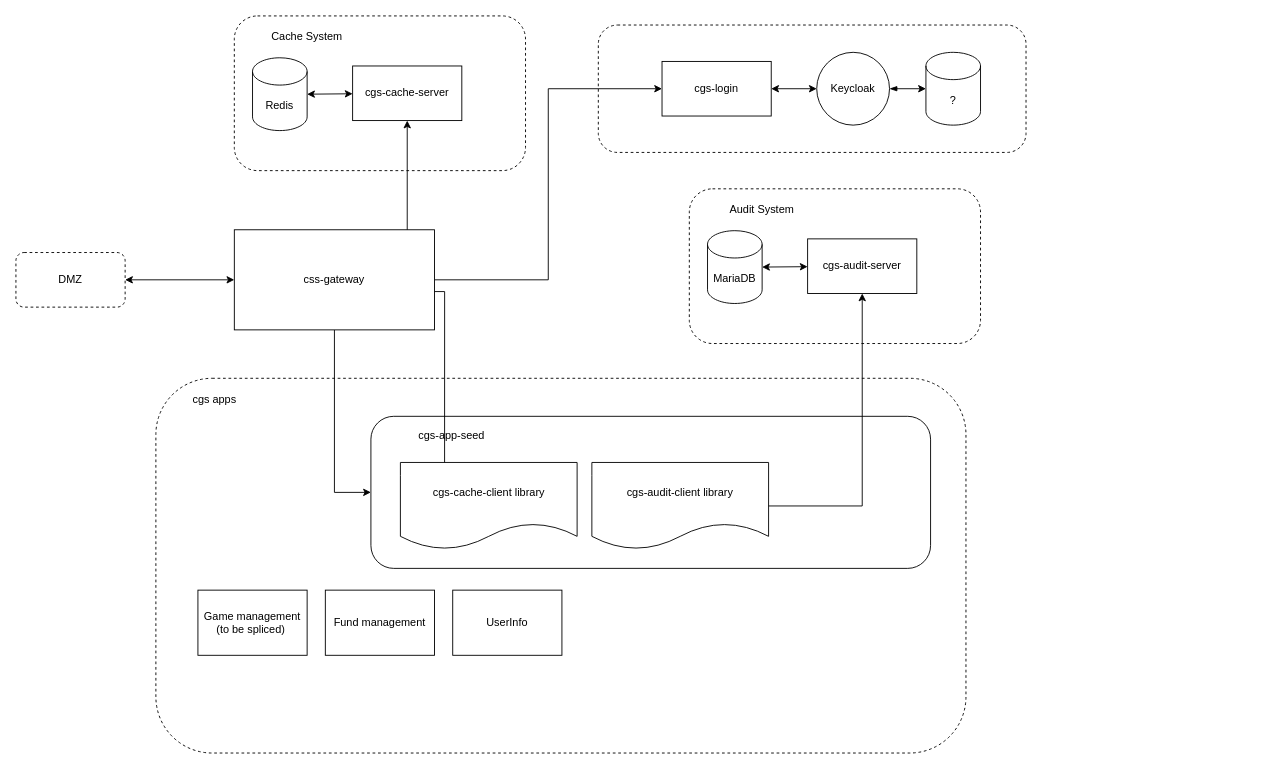
Above: Architecture/Global Overview.drawio in rares-ttg/docs (draw.io), before the change. Source tidied: cells renumbered, new cells numbered last; positions are measured from the earlier drawing's top-left corner, leaving out a move shared by most shapes. Both pictures are drawn from the tidied source at 91%, with x=0, y=0 at pixel (15, 15).
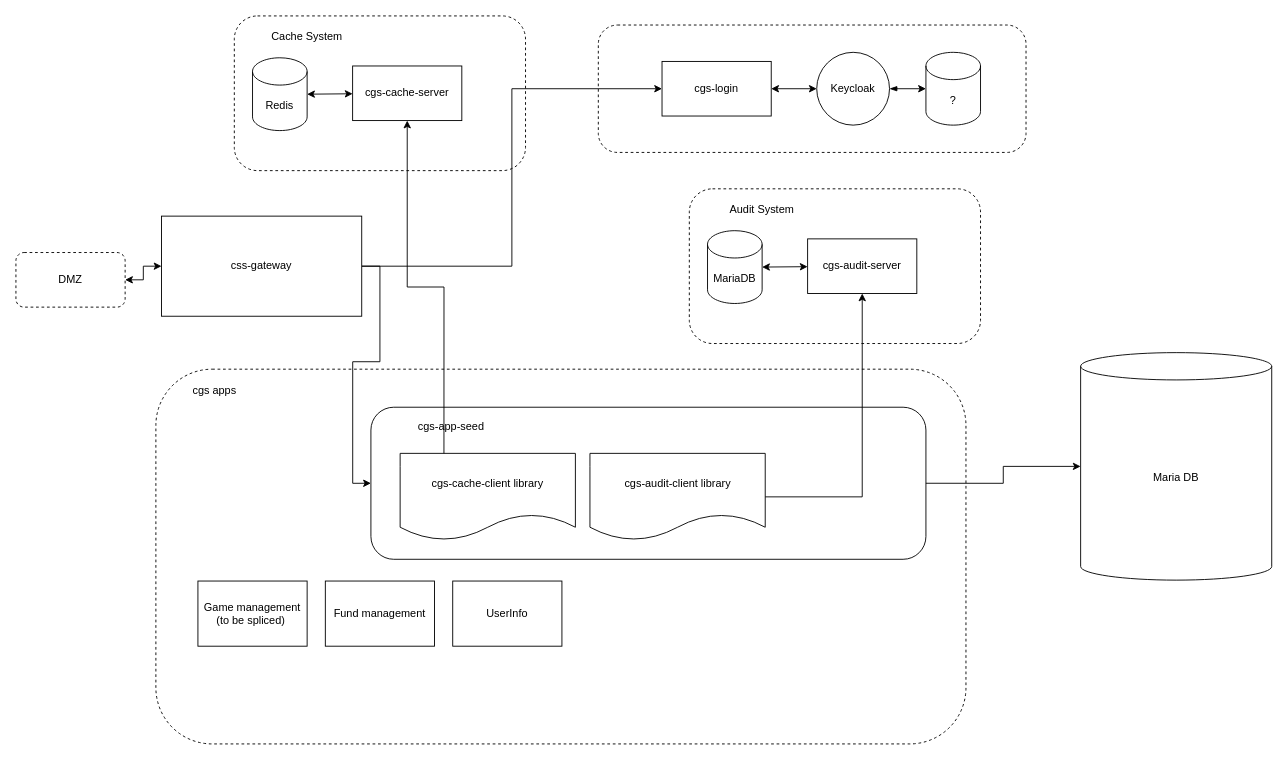
The same page after the edit.

Diff of the diagram source:
```diff
@@
     <mxCell id="15" style="group;" parent="1" vertex="1">
-      <mxGeometry x="170" y="440" width="874" height="370" as="geometry" />
+      <mxGeometry x="170" y="430" width="874" height="370" as="geometry" />
     </mxCell>
@@
     <mxCell id="17" style="group;" parent="15" vertex="1">
-      <mxGeometry x="220.1" width="615" height="167.1" as="geometry" />
+      <mxGeometry x="220.1" width="609.9" height="167.1" as="geometry" />
     </mxCell>
     <mxCell id="18" style="rounded=1;whiteSpace=wrap;html=1;" parent="17" vertex="1">
-      <mxGeometry width="615" height="167.1" as="geometry" />
+      <mxGeometry width="609.9" height="167.1" as="geometry" />
     </mxCell>
     <mxCell id="19" value="cgs-app-seed" style="text;html=1;strokeColor=none;fillColor=none;align=center;verticalAlign=middle;whiteSpace=wrap;rounded=0;" parent="17" vertex="1">
-      <mxGeometry y="3" width="178" height="35.8" as="geometry" />
+      <mxGeometry y="3" width="176.5" height="35.8" as="geometry" />
     </mxCell>
     <mxCell id="20" value="cgs-cache-client library" style="shape=document;whiteSpace=wrap;html=1;boundedLbl=1;" parent="17" vertex="1">
-      <mxGeometry x="32.4" y="50.7" width="194.2" height="95.5" as="geometry" />
+      <mxGeometry x="32.1" y="50.7" width="192.6" height="95.5" as="geometry" />
     </mxCell>
     <mxCell id="21" value="cgs-audit-client library" style="shape=document;whiteSpace=wrap;html=1;boundedLbl=1;" parent="17" vertex="1">
-      <mxGeometry x="242.8" y="50.7" width="194.2" height="95.5" as="geometry" />
+      <mxGeometry x="240.7" y="50.7" width="192.6" height="95.5" as="geometry" />
     </mxCell>
@@
     <mxCell id="37" value="css-gateway" style="rounded=0;whiteSpace=wrap;html=1;" parent="1" vertex="1">
-      <mxGeometry x="240" y="235" width="220" height="110" as="geometry" />
+      <mxGeometry x="160" y="220" width="220" height="110" as="geometry" />
     </mxCell>
@@
+    <mxCell id="40" style="edgeStyle=orthogonalEdgeStyle;rounded=0;jettySize=auto;html=1;entryX=1;entryY=0.5;entryDx=0;entryDy=0;startArrow=classic;startFill=1;endArrow=none;endFill=0;" parent="1" edge="1" source="41" target="18">
+      <mxGeometry relative="1" as="geometry" />
+    </mxCell>
+    <mxCell id="41" value="Maria DB" style="shape=cylinder3;whiteSpace=wrap;html=1;boundedLbl=1;backgroundOutline=1;size=15;" parent="1" vertex="1">
+      <mxGeometry x="1170" y="370" width="210" height="250" as="geometry" />
+    </mxCell>
```
